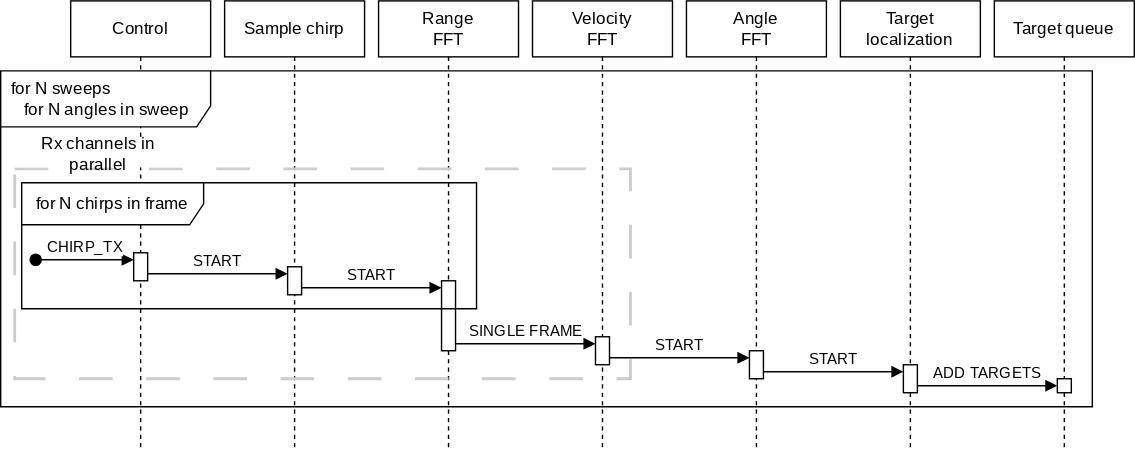
The draw.io diagram Figures/systemDesign/overview/sequenceDiagramRx.svg in Mikkelnn/ESD6-Project, before a commit. Source tidied: cells renumbered, new cells last; positions are measured from the earlier drawing's top-left corner, leaving out a move shared by most shapes.
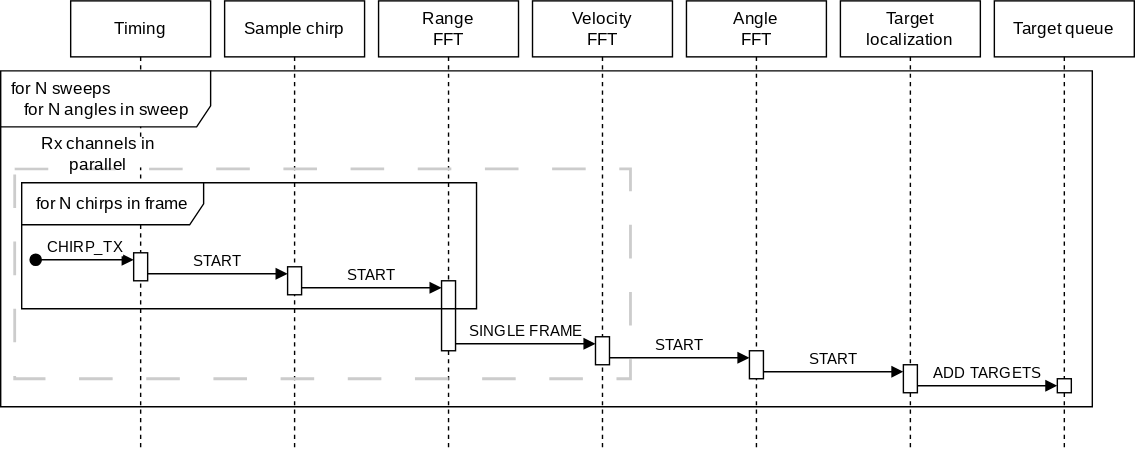
The same file after the commit.

Change to the diagram source:
```diff
@@ -2,7 +2,7 @@
   <root>
     <mxCell id="0" />
     <mxCell id="1" parent="0" />
-    <mxCell id="2" value="Control" style="shape=umlLifeline;perimeter=lifelinePerimeter;whiteSpace=wrap;html=1;newEdgeStyle={&quot;edgeStyle&quot;:&quot;elbowEdgeStyle&quot;,&quot;elbow&quot;:&quot;vertical&quot;,&quot;curved&quot;:0,&quot;rounded&quot;:0};fontFamily=latex;fontSource=http%3A%2F%2Fsourceforge.net%2Fprojects%2Fcm-unicode%2Ffiles%2FOldFiles%2Fcm-unicode-fix-0.6.3.tar.bz2%2Fdownload;" parent="1" vertex="1">
+    <mxCell id="2" value="Timing" style="shape=umlLifeline;perimeter=lifelinePerimeter;whiteSpace=wrap;html=1;newEdgeStyle={&quot;edgeStyle&quot;:&quot;elbowEdgeStyle&quot;,&quot;elbow&quot;:&quot;vertical&quot;,&quot;curved&quot;:0,&quot;rounded&quot;:0};fontFamily=latex;fontSource=http%3A%2F%2Fsourceforge.net%2Fprojects%2Fcm-unicode%2Ffiles%2FOldFiles%2Fcm-unicode-fix-0.6.3.tar.bz2%2Fdownload;" parent="1" vertex="1">
       <mxGeometry x="50" width="100" height="320" as="geometry" />
     </mxCell>
     <mxCell id="3" style="html=1;points=[[0,0,0,0,5],[0,1,0,0,-5],[1,0,0,0,5],[1,1,0,0,-5]];perimeter=orthogonalPerimeter;outlineConnect=0;targetShapes=umlLifeline;portConstraint=eastwest;newEdgeStyle={&quot;curved&quot;:0,&quot;rounded&quot;:0};fontFamily=latex;fontSource=http%3A%2F%2Fsourceforge.net%2Fprojects%2Fcm-unicode%2Ffiles%2FOldFiles%2Fcm-unicode-fix-0.6.3.tar.bz2%2Fdownload;" parent="2" vertex="1">
```
